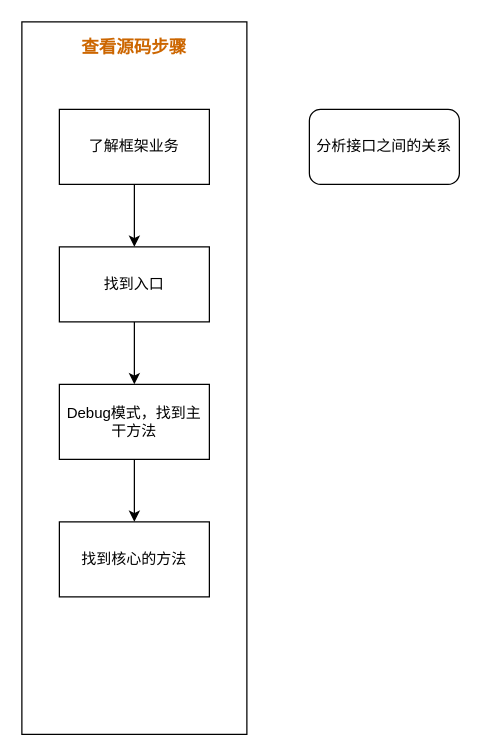
Before: page "看源码经验总结" (4 of 5) of spring源码分析.drawio in gzliu/Mind-maps, a draw.io diagram. Source tidied: cells renumbered, new cells numbered last; positions are measured from the earlier drawing's top-left corner, leaving out a move shared by most shapes. Both pictures are drawn from the tidied source at 125%, with x=0, y=0 at pixel (21, 21).
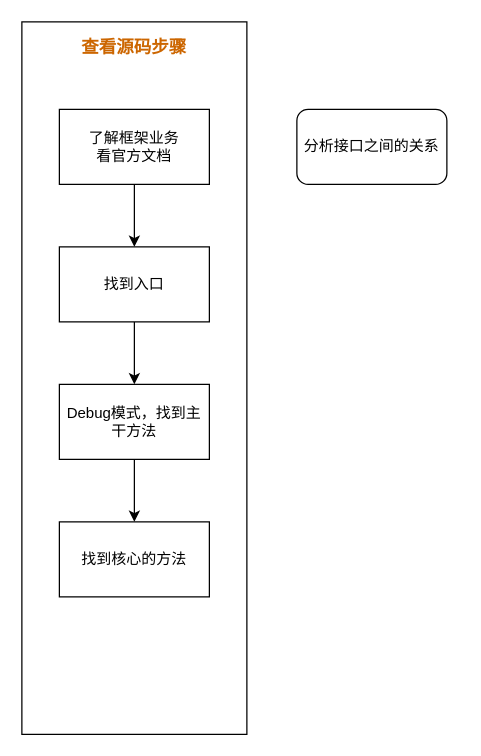
Above is the later version.

Change to the diagram source:
```diff
@@
 <mxGraphModel>
   <root>
     <mxCell id="0" />
     <mxCell id="1" parent="0" />
     <mxCell id="2" style="rounded=0;whiteSpace=wrap;html=1;" parent="1" vertex="1">
       <mxGeometry width="180" height="570" as="geometry" />
     </mxCell>
     <mxCell id="3" style="edgeStyle=orthogonalEdgeStyle;rounded=0;jettySize=auto;html=1;exitX=0.5;exitY=1;exitDx=0;exitDy=0;" parent="1" edge="1" source="4" target="6">
       <mxGeometry relative="1" as="geometry" />
     </mxCell>
     <mxCell id="4" value="找到入口" style="rounded=0;whiteSpace=wrap;html=1;" parent="1" vertex="1">
       <mxGeometry x="30" y="180" width="120" height="60" as="geometry" />
     </mxCell>
     <mxCell id="5" style="edgeStyle=orthogonalEdgeStyle;rounded=0;jettySize=auto;html=1;exitX=0.5;exitY=1;exitDx=0;exitDy=0;entryX=0.5;entryY=0;entryDx=0;entryDy=0;" parent="1" edge="1" source="6" target="7">
       <mxGeometry relative="1" as="geometry" />
     </mxCell>
     <mxCell id="6" value="Debug模式，找到主干方法" style="rounded=0;whiteSpace=wrap;html=1;" parent="1" vertex="1">
       <mxGeometry x="30" y="290" width="120" height="60" as="geometry" />
     </mxCell>
     <mxCell id="7" value="找到核心的方法" style="rounded=0;whiteSpace=wrap;html=1;" parent="1" vertex="1">
       <mxGeometry x="30" y="400" width="120" height="60" as="geometry" />
     </mxCell>
     <mxCell id="8" style="edgeStyle=orthogonalEdgeStyle;rounded=0;jettySize=auto;html=1;exitX=0.5;exitY=1;exitDx=0;exitDy=0;" parent="1" edge="1" source="9" target="4">
       <mxGeometry relative="1" as="geometry" />
     </mxCell>
-    <mxCell id="9" value="了解框架业务" style="rounded=0;whiteSpace=wrap;html=1;" parent="1" vertex="1">
+    <mxCell id="9" value="了解框架业务&lt;br&gt;看官方文档" style="rounded=0;whiteSpace=wrap;html=1;" parent="1" vertex="1">
       <mxGeometry x="30" y="70" width="120" height="60" as="geometry" />
     </mxCell>
     <mxCell id="10" value="&lt;font style=&quot;font-size: 14px&quot; color=&quot;#cc6600&quot;&gt;&lt;b&gt;查看源码步骤&lt;/b&gt;&lt;/font&gt;" style="text;html=1;strokeColor=none;fillColor=none;align=center;verticalAlign=middle;whiteSpace=wrap;rounded=0;" parent="1" vertex="1">
       <mxGeometry x="45" y="10" width="90" height="20" as="geometry" />
     </mxCell>
     <mxCell id="11" value="分析接口之间的关系" style="rounded=1;whiteSpace=wrap;html=1;" parent="1" vertex="1">
-      <mxGeometry x="230" y="70" width="120" height="60" as="geometry" />
+      <mxGeometry x="220" y="70" width="120" height="60" as="geometry" />
     </mxCell>
   </root>
 </mxGraphModel>
```
